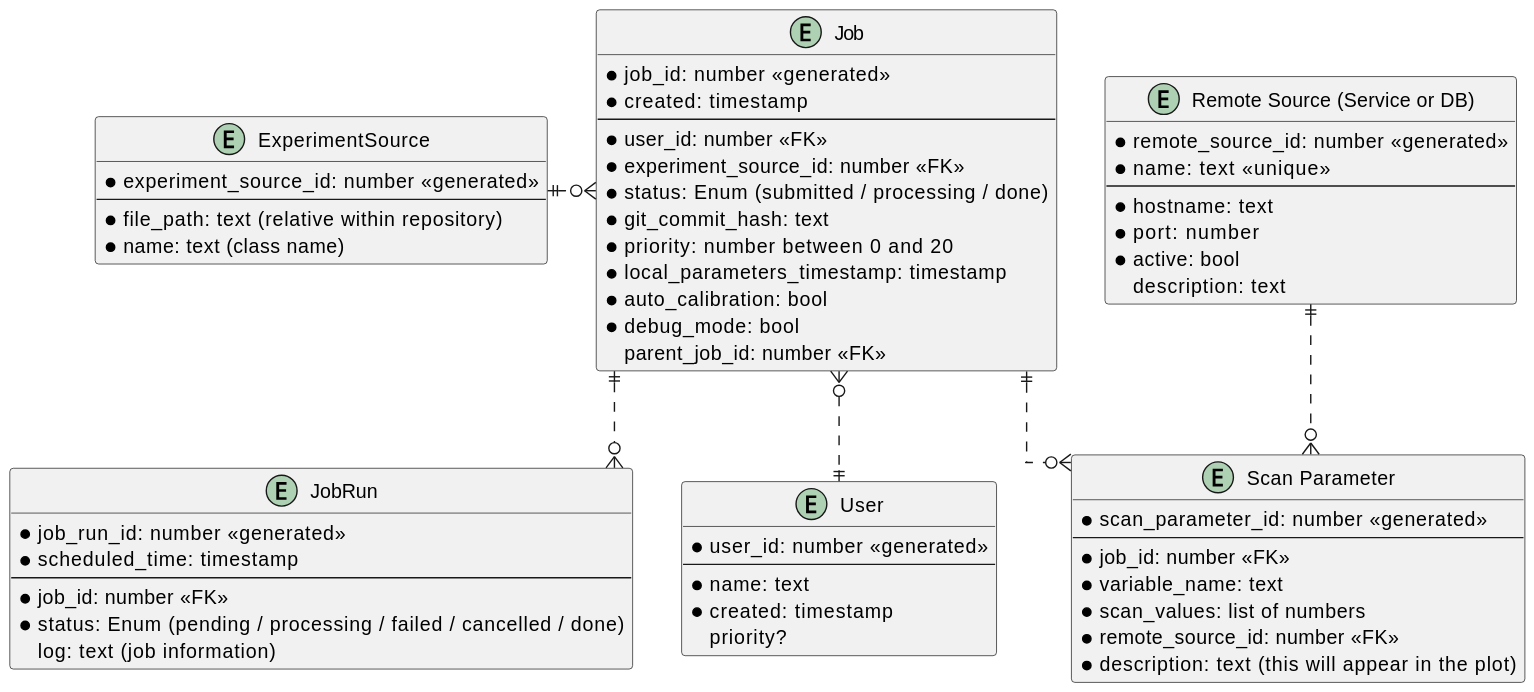
Before: docs/plantuml_diagrams/sqlite_ER.svg, a diagram exported from PlantUML (tiqi-group/icon).
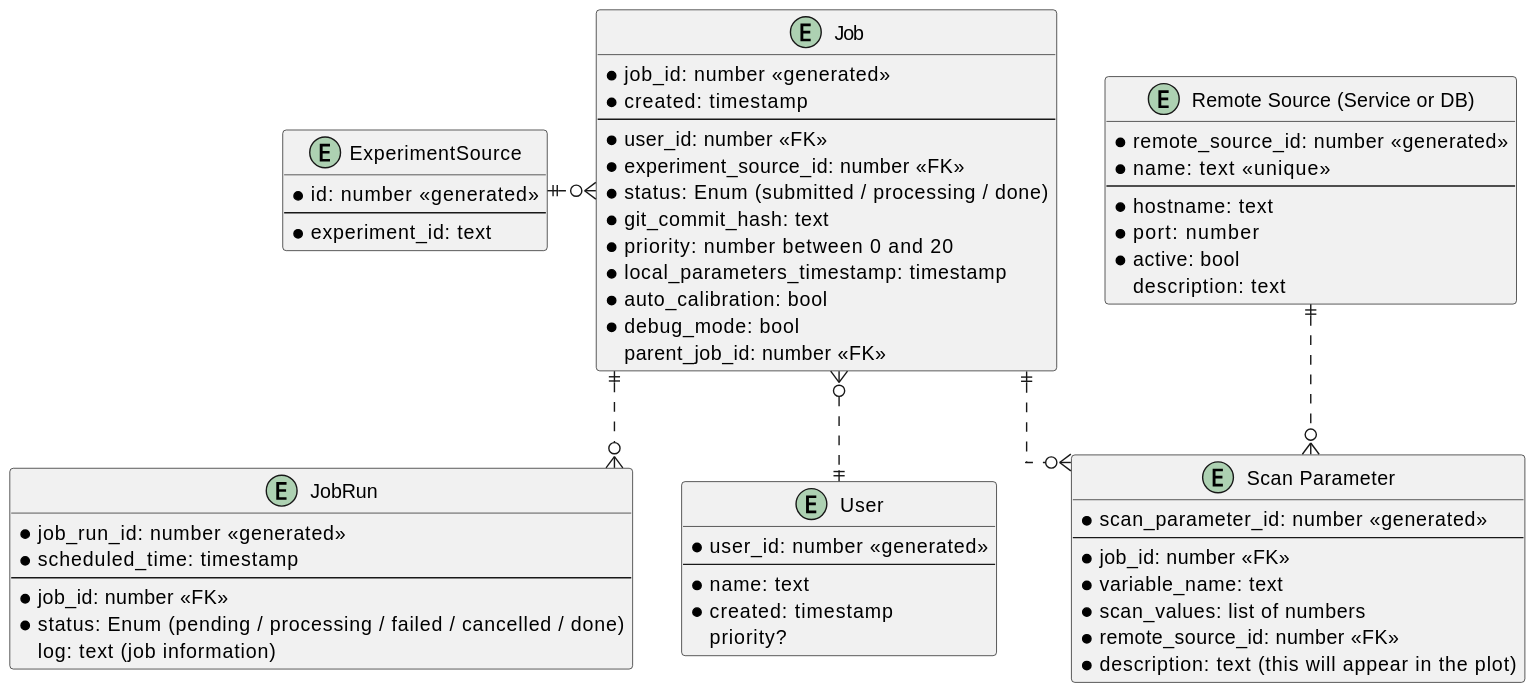
Above is the later version.

Commit message:
server: changes ExperimentSource sqlite table

The edit, as a diff of the source:
```diff
@@ -2,10 +2,9 @@
 skinparam linetype ortho
 
 entity "ExperimentSource" as experiment {
-    *experiment_source_id: number <<generated>>
+    *id: number <<generated>>
     ---
-    *file_path: text (relative within repository)
-    *name: text (class name)
+    *experiment_id: text
 }
 
 entity "Job" as job {
```
